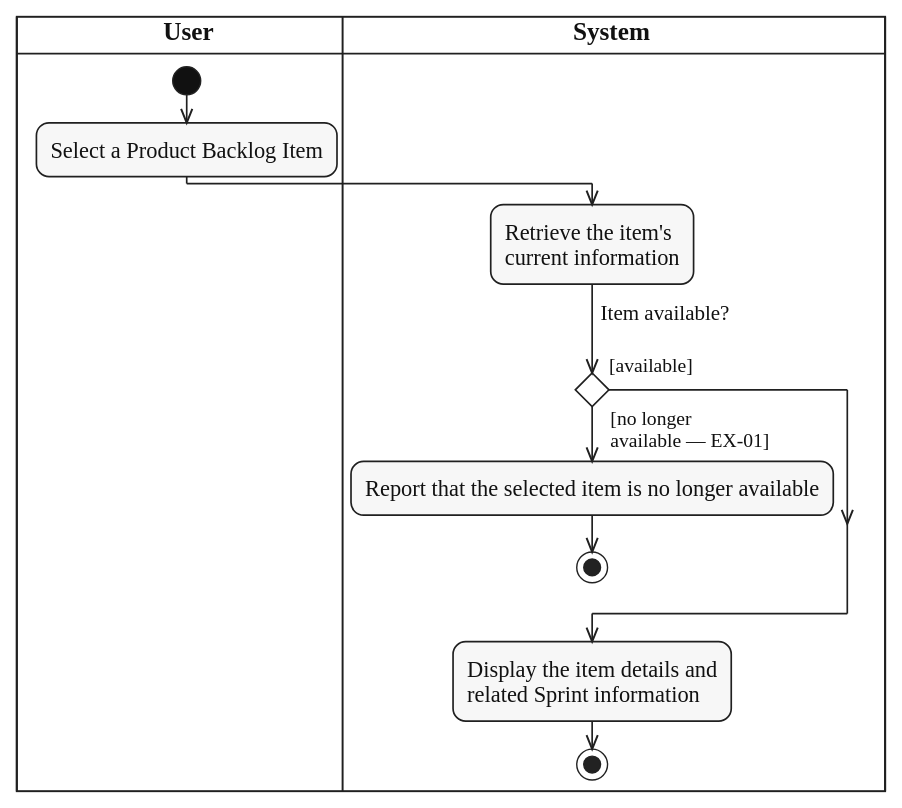
Earlier version of the PlantUML export diagrams/activity/product-backlog/svg/UC-BACKLOG-ITEM-VIEW.svg (lukenab/swd392-doc-automation). Its source is kept beside it as diagrams/activity/product-backlog/source/UC-BACKLOG-ITEM-VIEW.puml. Source of this version:
```plantuml
@startuml UC-BACKLOG-ITEM-VIEW
!include ../../_shared/activity-style.puml

|USR| $lane_title("User")
|SYS| $lane_title("System")

|USR|
start
:Select a Product Backlog Item;
|SYS|
:Retrieve the item's
current information;
if ($question("Item available?")) then ($guard_left("[available]"))
else ($guard_right("[no longer", "available — EX-01]"))
  :Report that the selected item is no longer available;
  stop
endif
:Display the item details and
related Sprint information;
stop
@enduml
```
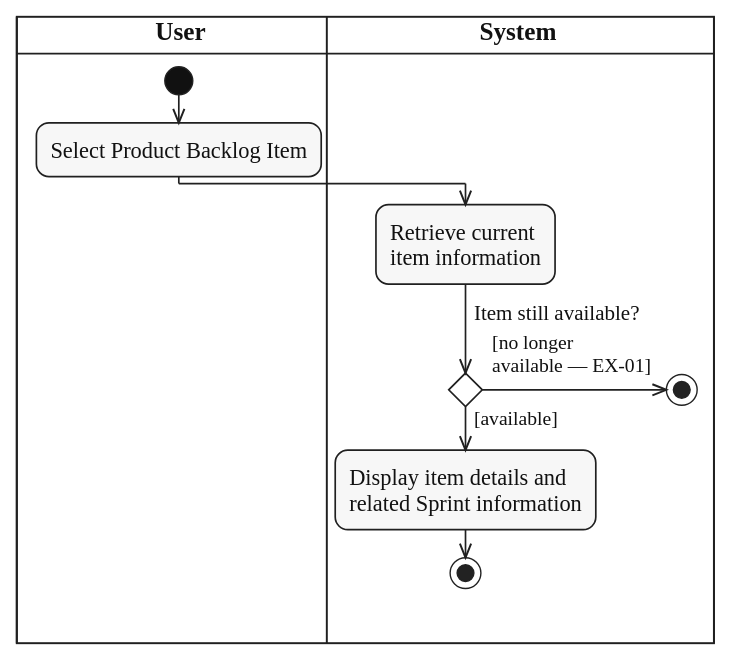
After the change.

Change to the diagram source:
```diff
@@ -6,16 +6,16 @@
 
 |USR|
 start
-:Select a Product Backlog Item;
+:Select Product Backlog Item;
 |SYS|
-:Retrieve the item's
-current information;
-if ($question("Item available?")) then ($guard_left("[available]"))
+:Retrieve current
+item information;
+if ($question("Item still available?")) then ($guard_left("[available]"))
+  :Display item details and
+  related Sprint information;
+  stop
 else ($guard_right("[no longer", "available — EX-01]"))
-  :Report that the selected item is no longer available;
+  |SYS|
   stop
 endif
-:Display the item details and
-related Sprint information;
-stop
 @enduml
```
